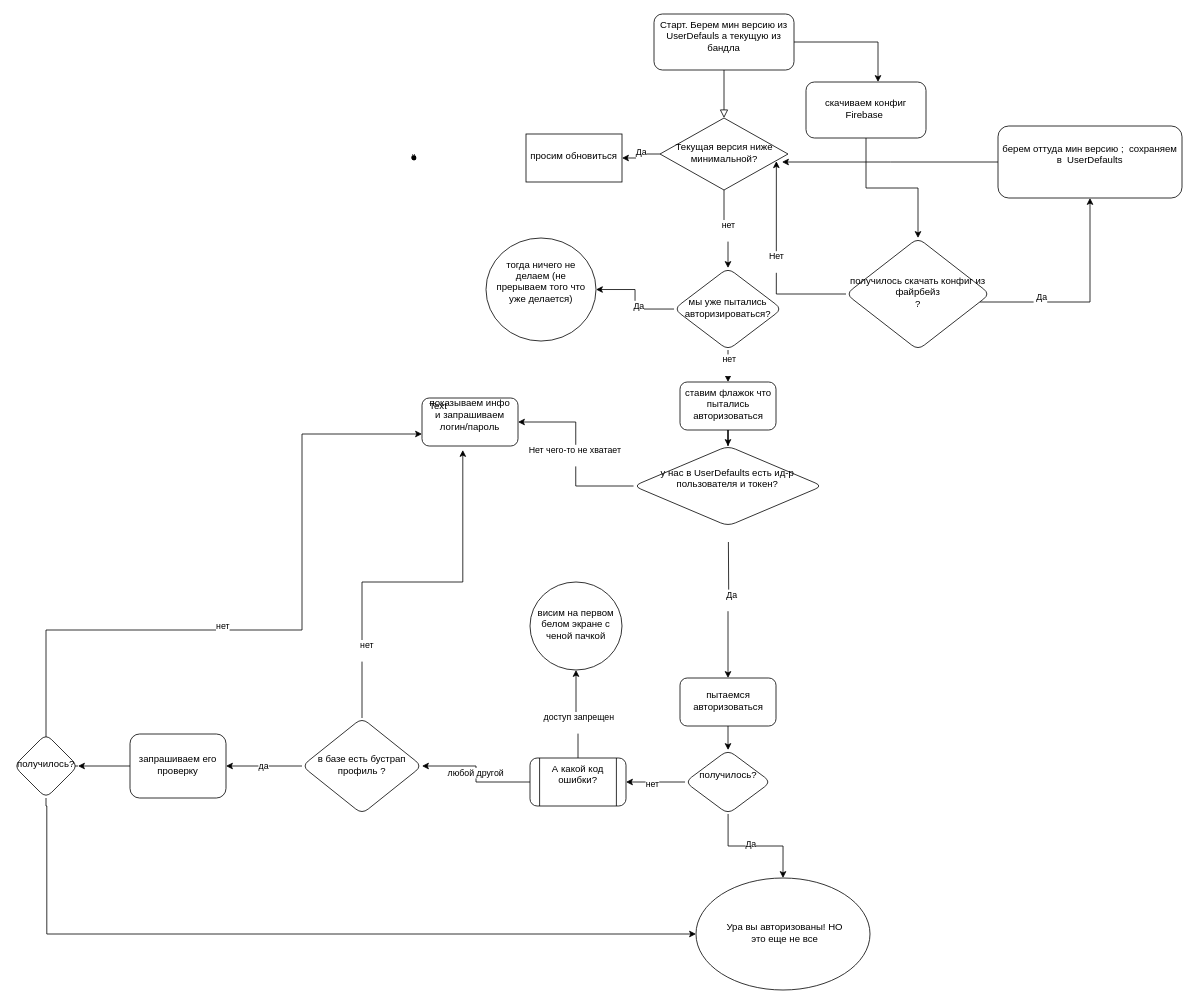
This is page "Page-1" (1 of 2) of Диаграмма без названия.drawio from Izulle/Draw, a draw.io file, before an edit. Source tidied: cells renumbered, new cells numbered last; positions are measured from the earlier drawing's top-left corner, leaving out a move shared by most shapes. Both pictures are drawn from the tidied source at 80%, with x=0, y=0 at pixel (14, 14).
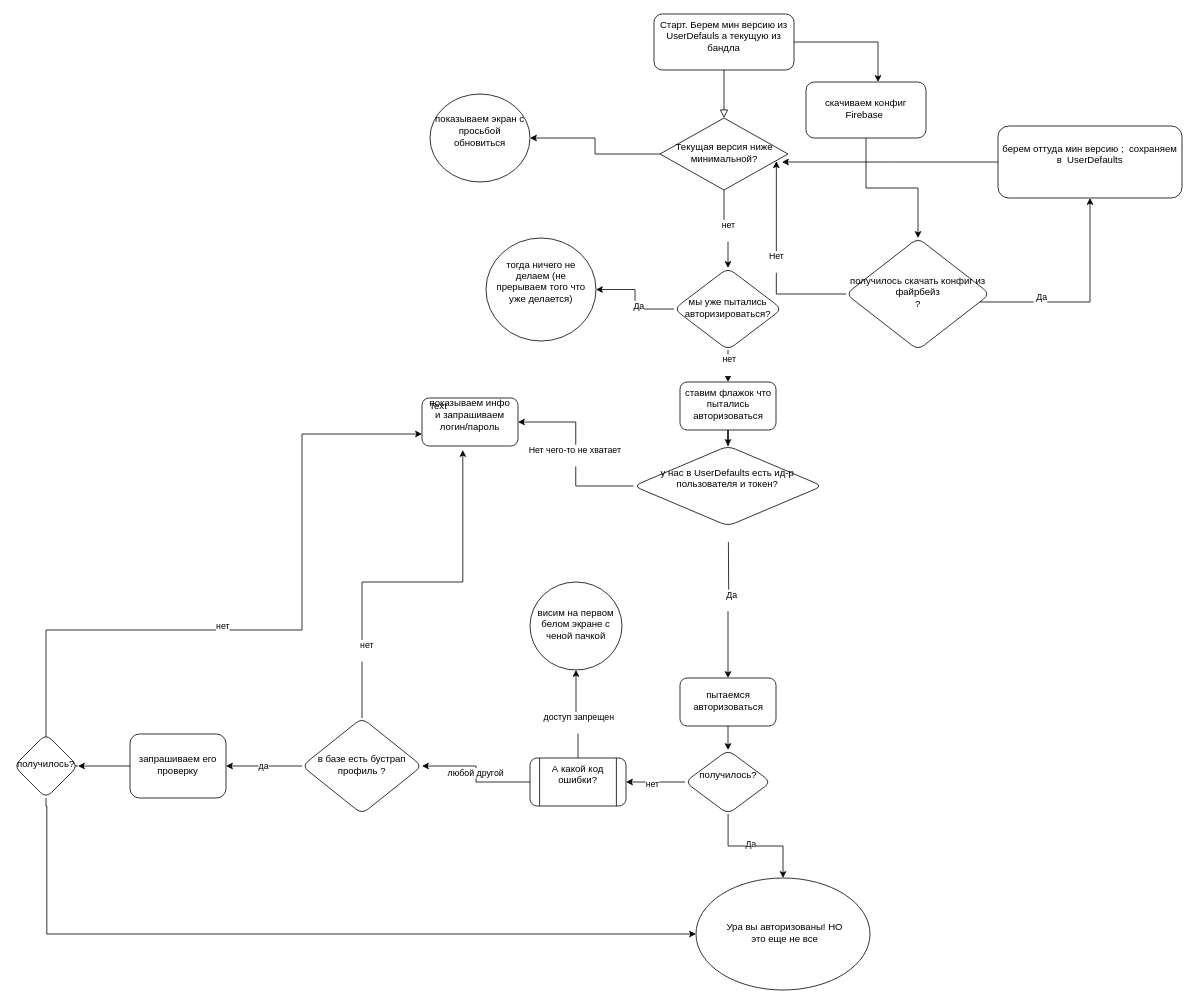
Above is the later version.

The change refers to these unchanged cells:
```xml
<mxCell id="9" value="Текущая версия ниже минимальной?" style="rhombus;whiteSpace=wrap;html=1;shadow=0;align=center;strokeWidth=1;spacing=6;spacingTop=-4;" parent="1" vertex="1">
  <mxGeometry x="807.5" y="130" width="160" height="90" as="geometry" />
</mxCell>
```

The edit, as a diff of the source:
```diff
@@
-    <mxCell id="5" style="edgeStyle=orthogonalEdgeStyle;rounded=0;jettySize=auto;html=1;" parent="1" edge="1" source="9" target="10">
-      <mxGeometry relative="1" as="geometry" />
-    </mxCell>
-    <mxCell id="6" value="&lt;div&gt;Да&lt;/div&gt;&lt;div&gt;&lt;br&gt;&lt;/div&gt;" style="edgeLabel;html=1;align=center;verticalAlign=middle;" parent="5" vertex="1">
-      <mxGeometry x="0.06" relative="1" as="geometry" />
-    </mxCell>
@@
+    <mxCell id="60" style="edgeStyle=orthogonalEdgeStyle;rounded=0;jettySize=auto;html=1;" parent="1" edge="1" source="9" target="61">
+      <mxGeometry relative="1" as="geometry" />
+    </mxCell>
@@
-    <mxCell id="10" value="просим обновиться" style="whiteSpace=wrap;html=1;shadow=0;strokeWidth=1;spacing=6;spacingTop=-4;fontColor=#000000;" parent="1" vertex="1">
-      <mxGeometry x="640" y="150" width="120" height="60" as="geometry" />
-    </mxCell>
-    <mxCell id="11" value="ё" style="shape=waypoint;sketch=0;size=6;fillColor=default;perimeter=centerPerimeter;fontColor=#000000;shadow=0;strokeWidth=1;spacing=6;spacingTop=-4;" parent="1" vertex="1">
-      <mxGeometry x="490" y="170" width="20" height="20" as="geometry" />
-    </mxCell>
@@
+    <mxCell id="61" value="&lt;div&gt;показываем экран с просьбой обновиться&lt;/div&gt;&lt;div&gt;&lt;br&gt;&lt;/div&gt;" style="ellipse;whiteSpace=wrap;html=1;shadow=0;strokeWidth=1;spacing=6;spacingTop=-4;" parent="1" vertex="1">
+      <mxGeometry x="520" y="100" width="125" height="110" as="geometry" />
+    </mxCell>
```
